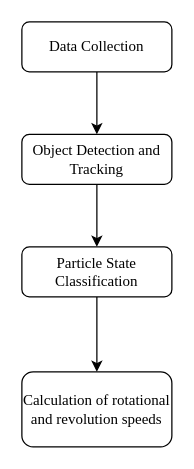
This is overall flow.drawio from 14790897/550-preprocess, a draw.io file, before an edit. Source tidied: cells renumbered, new cells numbered last; positions are measured from the earlier drawing's top-left corner, leaving out a move shared by most shapes. Both pictures are drawn from the tidied source at 125%, with x=0, y=0 at pixel (21, 21).
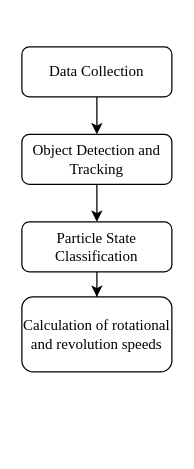
The same page after the edit.

What changed in the source:
```diff
@@
 <mxGraphModel>
   <root>
     <mxCell id="0" />
     <mxCell id="1" parent="0" />
-    <mxCell id="2" style="edgeStyle=orthogonalEdgeStyle;rounded=0;jettySize=auto;html=1;fontFamily=Times New Roman;" parent="1" edge="1" source="3">
-      <mxGeometry relative="1" as="geometry">
-        <mxPoint x="60" y="280" as="targetPoint" />
-      </mxGeometry>
-    </mxCell>
+    <mxCell id="9" style="edgeStyle=orthogonalEdgeStyle;rounded=0;jettySize=auto;html=1;" parent="1" edge="1" source="3" target="8">
+      <mxGeometry relative="1" as="geometry" />
+    </mxCell>
     <mxCell id="3" value="Particle State Classification" style="rounded=1;whiteSpace=wrap;html=1;fontSize=12;glass=0;strokeWidth=1;shadow=0;fontFamily=Times New Roman;" parent="1" vertex="1">
-      <mxGeometry y="180" width="120" height="40" as="geometry" />
+      <mxGeometry y="160" width="120" height="40" as="geometry" />
     </mxCell>
     <mxCell id="4" style="edgeStyle=orthogonalEdgeStyle;rounded=0;jettySize=auto;html=1;exitX=0.5;exitY=1;exitDx=0;exitDy=0;fontFamily=Times New Roman;" parent="1" edge="1" source="5" target="3">
       <mxGeometry relative="1" as="geometry" />
     </mxCell>
     <mxCell id="5" value="Object Detection and Tracking" style="rounded=1;whiteSpace=wrap;html=1;fontSize=12;glass=0;strokeWidth=1;shadow=0;fontFamily=Times New Roman;" parent="1" vertex="1">
       <mxGeometry y="90" width="120" height="40" as="geometry" />
     </mxCell>
     <mxCell id="6" style="edgeStyle=orthogonalEdgeStyle;rounded=0;jettySize=auto;html=1;entryX=0.5;entryY=0;entryDx=0;entryDy=0;fontFamily=Times New Roman;" parent="1" edge="1" source="7" target="5">
       <mxGeometry relative="1" as="geometry" />
     </mxCell>
     <mxCell id="7" value="&lt;font&gt;Data Collection&lt;/font&gt;" style="rounded=1;whiteSpace=wrap;html=1;fontSize=12;glass=0;strokeWidth=1;shadow=0;fontFamily=Times New Roman;" parent="1" vertex="1">
-      <mxGeometry width="120" height="40" as="geometry" />
+      <mxGeometry y="20" width="120" height="40" as="geometry" />
     </mxCell>
     <mxCell id="8" value="Calculation of rotational and revolution speeds" style="rounded=1;whiteSpace=wrap;html=1;fontFamily=Times New Roman;" parent="1" vertex="1">
-      <mxGeometry y="280" width="120" height="60" as="geometry" />
+      <mxGeometry y="220" width="120" height="60" as="geometry" />
     </mxCell>
   </root>
 </mxGraphModel>
```
